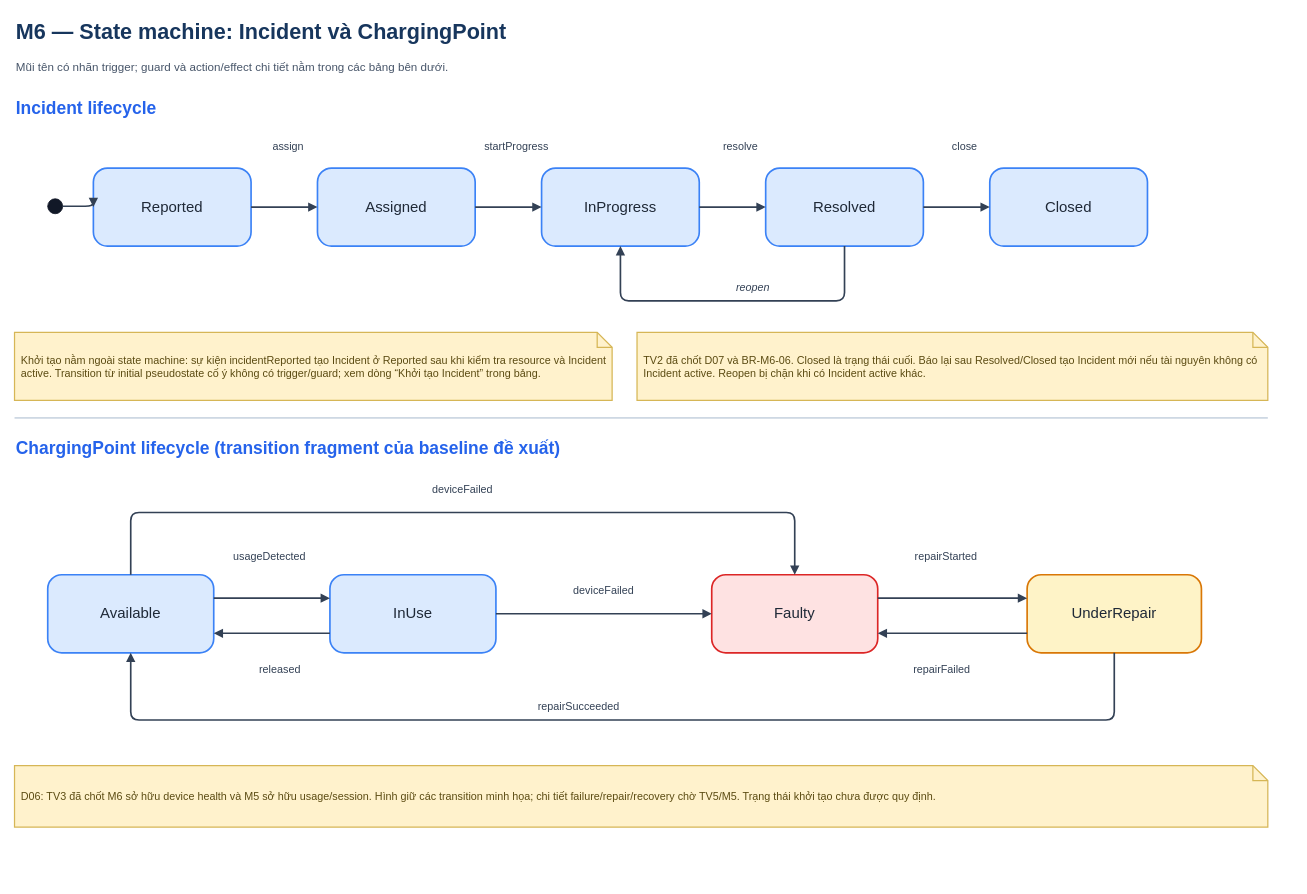
Above: docs/architecture/m6_state_machines.drawio in Jennie3306/smart-emobility-hub (draw.io), before the change. Source tidied: cells renumbered, new cells numbered last; positions are measured from the earlier drawing's top-left corner, leaving out a move shared by most shapes. Both pictures are drawn from the tidied source at 83%, with x=0, y=0 at pixel (14, 14).
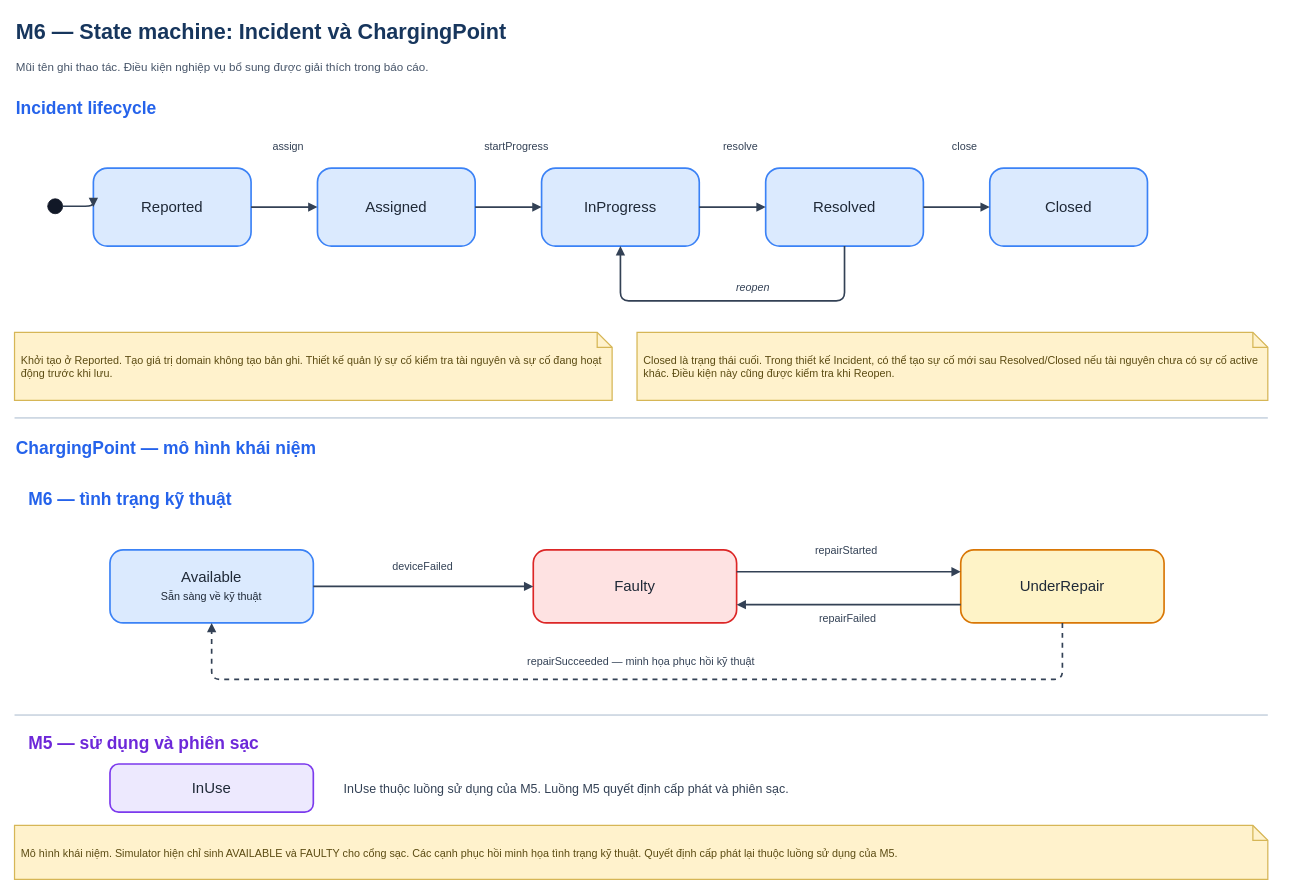
The same diagram, later.

Diff of the diagram source:
```diff
@@
-    <mxCell id="3" value="Mũi tên có nhãn trigger; guard và action/effect chi tiết nằm trong các bảng bên dưới." style="text;html=1;whiteSpace=wrap;strokeColor=none;fillColor=none;fontFamily=Arial;align=left;verticalAlign=middle;fontSize=14;fontColor=#475569;" parent="1" vertex="1">
+    <mxCell id="3" value="Mũi tên ghi thao tác. Điều kiện nghiệp vụ bổ sung được giải thích trong báo cáo." style="text;html=1;whiteSpace=wrap;strokeColor=none;fillColor=none;fontFamily=Arial;align=left;verticalAlign=middle;fontSize=14;fontColor=#475569;" parent="1" vertex="1">
       <mxGeometry y="49" width="1540" height="30" as="geometry" />
     </mxCell>
@@
-    <mxCell id="22" value="Khởi tạo nằm ngoài state machine: sự kiện incidentReported tạo Incident ở Reported sau khi kiểm tra resource và Incident active. Transition từ initial pseudostate cố ý không có trigger/guard; xem dòng “Khởi tạo Incident” trong bảng." style="shape=note;size=18;whiteSpace=wrap;html=1;verticalAlign=middle;align=left;fontFamily=Arial;fontSize=13;spacing=8;fillColor=#fff2cc;strokeColor=#d6b656;strokeWidth=1.5;fontColor=#5b4b12;" parent="1" vertex="1">
+    <mxCell id="22" value="Khởi tạo ở Reported. Tạo giá trị domain không tạo bản ghi. Thiết kế quản lý sự cố kiểm tra tài nguyên và sự cố đang hoạt động trước khi lưu." style="shape=note;size=18;whiteSpace=wrap;html=1;verticalAlign=middle;align=left;fontFamily=Arial;fontSize=13;spacing=8;fillColor=#fff2cc;strokeColor=#d6b656;strokeWidth=1.5;fontColor=#5b4b12;" parent="1" vertex="1">
       <mxGeometry y="383" width="720" height="82" as="geometry" />
     </mxCell>
-    <mxCell id="23" value="TV2 đã chốt D07 và BR-M6-06. Closed là trạng thái cuối. Báo lại sau Resolved/Closed tạo Incident mới nếu tài nguyên không có Incident active. Reopen bị chặn khi có Incident active khác." style="shape=note;size=18;whiteSpace=wrap;html=1;verticalAlign=middle;align=left;fontFamily=Arial;fontSize=13;spacing=8;fillColor=#fff2cc;strokeColor=#d6b656;strokeWidth=1.5;fontColor=#5b4b12;" parent="1" vertex="1">
+    <mxCell id="23" value="Closed là trạng thái cuối. Trong thiết kế Incident, có thể tạo sự cố mới sau Resolved/Closed nếu tài nguyên chưa có sự cố active khác. Điều kiện này cũng được kiểm tra khi Reopen." style="shape=note;size=18;whiteSpace=wrap;html=1;verticalAlign=middle;align=left;fontFamily=Arial;fontSize=13;spacing=8;fillColor=#fff2cc;strokeColor=#d6b656;strokeWidth=1.5;fontColor=#5b4b12;" parent="1" vertex="1">
       <mxGeometry x="750" y="383" width="760" height="82" as="geometry" />
     </mxCell>
@@
-    <mxCell id="25" value="ChargingPoint lifecycle (transition fragment của baseline đề xuất)" style="text;html=1;whiteSpace=wrap;strokeColor=none;fillColor=none;fontFamily=Arial;align=left;verticalAlign=middle;fontSize=21;fontStyle=1;fontColor=#2563eb;" parent="1" vertex="1">
+    <mxCell id="25" value="ChargingPoint — mô hình khái niệm" style="text;html=1;whiteSpace=wrap;strokeColor=none;fillColor=none;fontFamily=Arial;align=left;verticalAlign=middle;fontSize=21;fontStyle=1;fontColor=#2563eb;" parent="1" vertex="1">
       <mxGeometry y="505" width="1540" height="34" as="geometry" />
     </mxCell>
-    <mxCell id="26" value="Available" style="rounded=1;arcSize=18;whiteSpace=wrap;html=1;align=center;verticalAlign=middle;fontFamily=Arial;fontSize=18;fontColor=#1f2937;fillColor=#dbeafe;strokeColor=#3b82f6;strokeWidth=2;" parent="1" vertex="1">
-      <mxGeometry x="40" y="675" width="200" height="94" as="geometry" />
+    <mxCell id="26" value="Available&lt;br&gt;&lt;span style=&quot;font-size:13px&quot;&gt;Sẵn sàng về kỹ thuật&lt;/span&gt;" style="rounded=1;arcSize=18;whiteSpace=wrap;html=1;align=center;verticalAlign=middle;fontFamily=Arial;fontSize=18;fontColor=#1f2937;fillColor=#dbeafe;strokeColor=#3b82f6;strokeWidth=2;" parent="1" vertex="1">
+      <mxGeometry x="115" y="645" width="245" height="88" as="geometry" />
     </mxCell>
-    <mxCell id="27" value="InUse" style="rounded=1;arcSize=18;whiteSpace=wrap;html=1;align=center;verticalAlign=middle;fontFamily=Arial;fontSize=18;fontColor=#1f2937;fillColor=#dbeafe;strokeColor=#3b82f6;strokeWidth=2;" parent="1" vertex="1">
-      <mxGeometry x="380" y="675" width="200" height="94" as="geometry" />
+    <mxCell id="27" value="InUse" style="rounded=1;arcSize=18;whiteSpace=wrap;html=1;align=center;verticalAlign=middle;fontFamily=Arial;fontSize=18;fontColor=#1f2937;fillColor=#ede9fe;strokeColor=#7c3aed;strokeWidth=2;" parent="1" vertex="1">
+      <mxGeometry x="115" y="903" width="245" height="58" as="geometry" />
     </mxCell>
     <mxCell id="28" value="Faulty" style="rounded=1;arcSize=18;whiteSpace=wrap;html=1;align=center;verticalAlign=middle;fontFamily=Arial;fontSize=18;fontColor=#1f2937;fillColor=#fee2e2;strokeColor=#dc2626;strokeWidth=2;" parent="1" vertex="1">
-      <mxGeometry x="840" y="675" width="200" height="94" as="geometry" />
+      <mxGeometry x="625" y="645" width="245" height="88" as="geometry" />
     </mxCell>
     <mxCell id="29" value="UnderRepair" style="rounded=1;arcSize=18;whiteSpace=wrap;html=1;align=center;verticalAlign=middle;fontFamily=Arial;fontSize=18;fontColor=#1f2937;fillColor=#fef3c7;strokeColor=#d97706;strokeWidth=2;" parent="1" vertex="1">
-      <mxGeometry x="1220" y="675" width="210" height="94" as="geometry" />
+      <mxGeometry x="1140" y="645" width="245" height="88" as="geometry" />
     </mxCell>
-    <mxCell id="30" style="edgeStyle=orthogonalEdgeStyle;jettySize=auto;rounded=1;html=1;endArrow=block;endFill=1;strokeColor=#334155;strokeWidth=2;exitX=1;exitY=0.3;entryX=0;entryY=0.3;" parent="1" edge="1" source="26" target="27">
-      <mxGeometry relative="1" as="geometry" />
-    </mxCell>
-    <mxCell id="31" style="edgeStyle=orthogonalEdgeStyle;jettySize=auto;rounded=1;html=1;endArrow=block;endFill=1;strokeColor=#334155;strokeWidth=2;exitX=0;exitY=0.75;entryX=1;entryY=0.75;" parent="1" edge="1" source="27" target="26">
-      <mxGeometry relative="1" as="geometry" />
-    </mxCell>
-    <mxCell id="32" style="edgeStyle=orthogonalEdgeStyle;jettySize=auto;rounded=1;html=1;endArrow=block;endFill=1;strokeColor=#334155;strokeWidth=2;exitX=0.5;exitY=0;entryX=0.5;entryY=0;" parent="1" edge="1" source="26" target="28">
-      <mxGeometry relative="1" as="geometry">
-        <Array as="points">
-          <mxPoint x="140" y="600" />
-          <mxPoint x="940" y="600" />
-        </Array>
-      </mxGeometry>
+    <mxCell id="32" style="edgeStyle=orthogonalEdgeStyle;jettySize=auto;rounded=1;html=1;endArrow=block;endFill=1;strokeColor=#334155;strokeWidth=2;exitX=1;exitY=0.5;entryX=0;entryY=0.5;" parent="1" edge="1" source="26" target="28">
+      <mxGeometry relative="1" as="geometry" />
     </mxCell>
-    <mxCell id="33" style="edgeStyle=orthogonalEdgeStyle;jettySize=auto;rounded=1;html=1;endArrow=block;endFill=1;strokeColor=#334155;strokeWidth=2;exitX=1;exitY=0.5;entryX=0;entryY=0.5;" parent="1" edge="1" source="27" target="28">
-      <mxGeometry relative="1" as="geometry" />
-    </mxCell>
@@
-    <mxCell id="36" style="edgeStyle=orthogonalEdgeStyle;jettySize=auto;rounded=1;html=1;endArrow=block;endFill=1;strokeColor=#334155;strokeWidth=2;exitX=0.5;exitY=1;entryX=0.5;entryY=1;" parent="1" edge="1" source="29" target="26">
+    <mxCell id="36" style="edgeStyle=orthogonalEdgeStyle;jettySize=auto;rounded=1;html=1;endArrow=block;endFill=1;strokeColor=#334155;strokeWidth=2;exitX=0.5;exitY=1;entryX=0.5;entryY=1;dashed=1;" parent="1" edge="1" source="29" target="26">
       <mxGeometry relative="1" as="geometry">
         <Array as="points">
-          <mxPoint x="1325" y="850" />
-          <mxPoint x="140" y="850" />
+          <mxPoint x="1262.5" y="801" />
+          <mxPoint x="237.5" y="801" />
         </Array>
       </mxGeometry>
     </mxCell>
     <mxCell id="37" value="deviceFailed" style="text;html=1;whiteSpace=wrap;strokeColor=none;fillColor=none;fontFamily=Arial;align=center;verticalAlign=middle;fontSize=13;fontColor=#334155;" parent="1" vertex="1">
-      <mxGeometry x="465" y="557" width="150" height="30" as="geometry" />
+      <mxGeometry x="412" y="650" width="160" height="30" as="geometry" />
     </mxCell>
-    <mxCell id="38" value="usageDetected" style="text;html=1;whiteSpace=wrap;strokeColor=none;fillColor=none;fontFamily=Arial;align=center;verticalAlign=middle;fontSize=13;fontColor=#334155;" parent="1" vertex="1">
-      <mxGeometry x="235" y="639" width="145" height="28" as="geometry" />
-    </mxCell>
-    <mxCell id="39" value="released" style="text;html=1;whiteSpace=wrap;strokeColor=none;fillColor=none;fontFamily=Arial;align=center;verticalAlign=middle;fontSize=13;fontColor=#334155;" parent="1" vertex="1">
-      <mxGeometry x="270" y="775" width="100" height="28" as="geometry" />
-    </mxCell>
-    <mxCell id="40" value="deviceFailed" style="text;html=1;whiteSpace=wrap;strokeColor=none;fillColor=none;fontFamily=Arial;align=center;verticalAlign=middle;fontSize=13;fontColor=#334155;" parent="1" vertex="1">
-      <mxGeometry x="635" y="680" width="150" height="28" as="geometry" />
-    </mxCell>
     <mxCell id="41" value="repairStarted" style="text;html=1;whiteSpace=wrap;strokeColor=none;fillColor=none;fontFamily=Arial;align=center;verticalAlign=middle;fontSize=13;fontColor=#334155;" parent="1" vertex="1">
-      <mxGeometry x="1050" y="639" width="145" height="28" as="geometry" />
+      <mxGeometry x="910" y="632" width="185" height="28" as="geometry" />
     </mxCell>
     <mxCell id="42" value="repairFailed" style="text;html=1;whiteSpace=wrap;strokeColor=none;fillColor=none;fontFamily=Arial;align=center;verticalAlign=middle;fontSize=13;fontColor=#334155;" parent="1" vertex="1">
-      <mxGeometry x="1045" y="775" width="145" height="28" as="geometry" />
+      <mxGeometry x="914" y="714" width="180" height="28" as="geometry" />
     </mxCell>
-    <mxCell id="43" value="repairSucceeded" style="text;html=1;whiteSpace=wrap;strokeColor=none;fillColor=none;fontFamily=Arial;align=center;verticalAlign=middle;fontSize=13;fontColor=#334155;" parent="1" vertex="1">
-      <mxGeometry x="595" y="820" width="170" height="28" as="geometry" />
+    <mxCell id="43" value="repairSucceeded — minh họa phục hồi kỹ thuật" style="text;html=1;whiteSpace=wrap;strokeColor=none;fillColor=none;fontFamily=Arial;align=center;verticalAlign=middle;fontSize=13;fontColor=#334155;" parent="1" vertex="1">
+      <mxGeometry x="485" y="765" width="540" height="27" as="geometry" />
     </mxCell>
-    <mxCell id="44" value="D06: TV3 đã chốt M6 sở hữu device health và M5 sở hữu usage/session. Hình giữ các transition minh họa; chi tiết failure/repair/recovery chờ TV5/M5. Trạng thái khởi tạo chưa được quy định." style="shape=note;size=18;whiteSpace=wrap;html=1;verticalAlign=middle;align=left;fontFamily=Arial;fontSize=13;spacing=8;fillColor=#fff2cc;strokeColor=#d6b656;strokeWidth=1.5;fontColor=#5b4b12;" parent="1" vertex="1">
-      <mxGeometry y="905" width="1510" height="74" as="geometry" />
+    <mxCell id="44" value="Mô hình khái niệm. Simulator hiện chỉ sinh AVAILABLE và FAULTY cho cổng sạc. Các cạnh phục hồi minh họa tình trạng kỹ thuật. Quyết định cấp phát lại thuộc luồng sử dụng của M5." style="shape=note;size=18;whiteSpace=wrap;html=1;verticalAlign=middle;align=left;fontFamily=Arial;fontSize=13;spacing=8;fillColor=#fff2cc;strokeColor=#d6b656;strokeWidth=1.5;fontColor=#5b4b12;" parent="1" vertex="1">
+      <mxGeometry y="977" width="1510" height="65" as="geometry" />
     </mxCell>
+    <mxCell id="45" value="M6 — tình trạng kỹ thuật" style="text;html=1;whiteSpace=wrap;strokeColor=none;fillColor=none;fontFamily=Arial;align=left;verticalAlign=middle;fontSize=21;fontStyle=1;fontColor=#2563eb;" parent="1" vertex="1">
+      <mxGeometry x="15" y="568" width="1400" height="32" as="geometry" />
+    </mxCell>
+    <mxCell id="46" style="shape=rectangle;fillColor=#cbd5e1;strokeColor=none;" parent="1" vertex="1">
+      <mxGeometry y="843" width="1510" height="2" as="geometry" />
+    </mxCell>
+    <mxCell id="47" value="M5 — sử dụng và phiên sạc" style="text;html=1;whiteSpace=wrap;strokeColor=none;fillColor=none;fontFamily=Arial;align=left;verticalAlign=middle;fontSize=21;fontStyle=1;fontColor=#6d28d9;" parent="1" vertex="1">
+      <mxGeometry x="15" y="861" width="1420" height="32" as="geometry" />
+    </mxCell>
+    <mxCell id="48" value="InUse thuộc luồng sử dụng của M5. Luồng M5 quyết định cấp phát và phiên sạc." style="text;html=1;whiteSpace=wrap;strokeColor=none;fillColor=none;fontFamily=Arial;align=left;verticalAlign=middle;fontSize=15;fontColor=#334155;" parent="1" vertex="1">
+      <mxGeometry x="395" y="903" width="1010" height="58" as="geometry" />
+    </mxCell>
```
